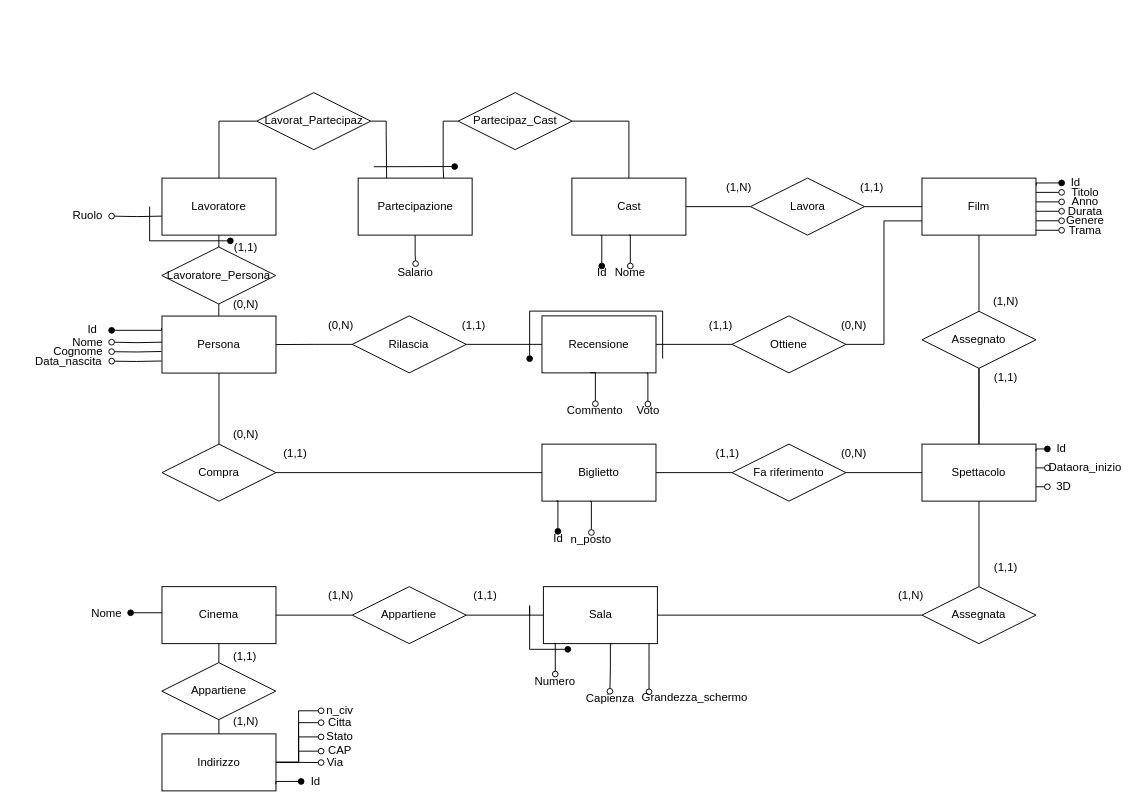
ToldoDM/UDBP keeps this draw.io diagram as SchemaER_Rev.drawio. Above is the earlier version. Source tidied: cells renumbered, new cells numbered last; positions are measured from the earlier drawing's top-left corner, leaving out a move shared by most shapes. Both pictures are drawn from the tidied source at 95%, with x=0, y=0 at pixel (16, 16).
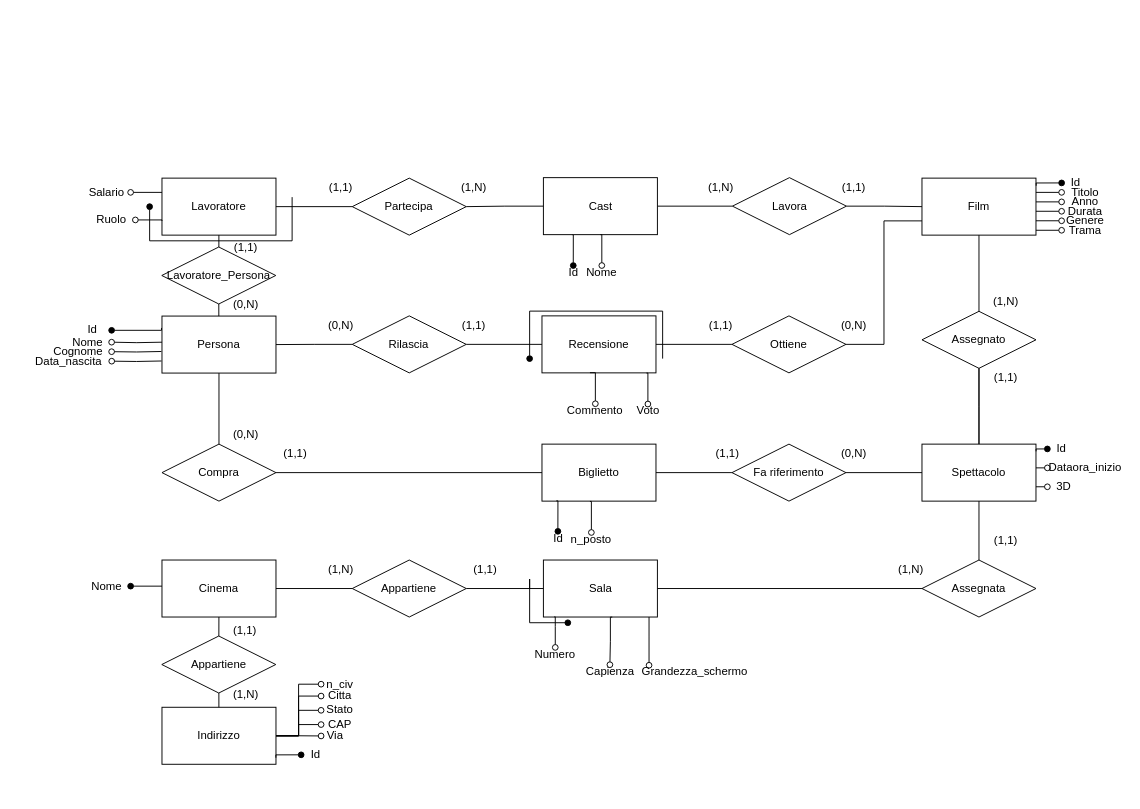
Above is the later version.

Commit message (it also covers changes not shown here):
Aggiornato schema er

The change refers to these unchanged cells:
```xml
<mxCell id="28" value="Lavoratore" style="rounded=0;whiteSpace=wrap;html=1;" parent="1" vertex="1">
  <mxGeometry x="153" y="170" width="120" height="60" as="geometry" />
</mxCell>
```

Change to the diagram source:
```diff
@@
     <mxCell id="16" value="Lavora" style="rhombus;whiteSpace=wrap;html=1;" parent="1" vertex="1">
-      <mxGeometry x="772.5" y="170" width="120" height="60" as="geometry" />
+      <mxGeometry x="753.5" y="169.5" width="120" height="60" as="geometry" />
     </mxCell>
     <mxCell id="17" style="edgeStyle=orthogonalEdgeStyle;rounded=0;jettySize=auto;html=1;exitX=0.25;exitY=1;exitDx=0;exitDy=0;endArrow=oval;endFill=1;entryX=0.5;entryY=0;entryDx=0;entryDy=0;" parent="1" edge="1" source="18" target="35">
       <mxGeometry relative="1" as="geometry">
         <Array as="points">
-          <mxPoint x="615.5" y="230" />
+          <mxPoint x="585.5" y="229.5" />
         </Array>
       </mxGeometry>
     </mxCell>
     <mxCell id="18" value="Cast" style="rounded=0;whiteSpace=wrap;html=1;" parent="1" vertex="1">
-      <mxGeometry x="584.5" y="170" width="120" height="60" as="geometry" />
+      <mxGeometry x="554.5" y="169.5" width="120" height="60" as="geometry" />
     </mxCell>
@@
-    <mxCell id="27" style="edgeStyle=orthogonalEdgeStyle;rounded=0;jettySize=auto;html=1;endArrow=none;endFill=0;exitX=1;exitY=0.5;exitDx=0;exitDy=0;" parent="1" edge="1" source="131" target="18">
-      <mxGeometry relative="1" as="geometry" />
-    </mxCell>
@@
     <mxCell id="29" value="Assegnata" style="rhombus;whiteSpace=wrap;html=1;" parent="1" vertex="1">
-      <mxGeometry x="953" y="600" width="120" height="60" as="geometry" />
+      <mxGeometry x="953" y="572" width="120" height="60" as="geometry" />
     </mxCell>
     <mxCell id="30" value="Sala" style="rounded=0;whiteSpace=wrap;html=1;" parent="1" vertex="1">
-      <mxGeometry x="554.5" y="600" width="120" height="60" as="geometry" />
+      <mxGeometry x="554.5" y="572" width="120" height="60" as="geometry" />
     </mxCell>
@@
     <mxCell id="33" value="Appartiene" style="rhombus;whiteSpace=wrap;html=1;" parent="1" vertex="1">
-      <mxGeometry x="353.3" y="600" width="120" height="60" as="geometry" />
+      <mxGeometry x="353.3" y="572" width="120" height="60" as="geometry" />
     </mxCell>
     <mxCell id="34" value="Cinema" style="rounded=0;whiteSpace=wrap;html=1;" parent="1" vertex="1">
-      <mxGeometry x="153" y="600" width="120" height="60" as="geometry" />
+      <mxGeometry x="153" y="572" width="120" height="60" as="geometry" />
     </mxCell>
     <mxCell id="35" value="Id" style="text;html=1;strokeColor=none;fillColor=none;align=center;verticalAlign=middle;whiteSpace=wrap;rounded=0;" parent="1" vertex="1">
-      <mxGeometry x="600.7" y="262.5" width="30.5" height="15" as="geometry" />
+      <mxGeometry x="570.7" y="262" width="30.5" height="15" as="geometry" />
     </mxCell>
     <mxCell id="36" value="(1,1)" style="text;html=1;align=center;verticalAlign=middle;" parent="1" vertex="1">
-      <mxGeometry x="1020.5" y="569.7" width="40" height="20" as="geometry" />
+      <mxGeometry x="1020.5" y="541.7" width="40" height="20" as="geometry" />
     </mxCell>
     <mxCell id="37" value="(1,N)" style="text;html=1;align=center;verticalAlign=middle;" parent="1" vertex="1">
-      <mxGeometry x="920.5" y="600" width="40" height="20" as="geometry" />
+      <mxGeometry x="920.5" y="572" width="40" height="20" as="geometry" />
     </mxCell>
@@
     <mxCell id="40" value="(1,N)" style="text;html=1;align=center;verticalAlign=middle;" parent="1" vertex="1">
-      <mxGeometry x="740" y="170" width="40" height="20" as="geometry" />
+      <mxGeometry x="720.5" y="169.5" width="40" height="20" as="geometry" />
     </mxCell>
     <mxCell id="41" value="(1,1)" style="text;html=1;align=center;verticalAlign=middle;" parent="1" vertex="1">
-      <mxGeometry x="880" y="170" width="40" height="20" as="geometry" />
+      <mxGeometry x="860.5" y="169.5" width="40" height="20" as="geometry" />
     </mxCell>
@@
     <mxCell id="53" value="(1,1)" style="text;html=1;align=center;verticalAlign=middle;" parent="1" vertex="1">
-      <mxGeometry x="473.3" y="600" width="40" height="20" as="geometry" />
+      <mxGeometry x="473.3" y="572" width="40" height="20" as="geometry" />
     </mxCell>
     <mxCell id="54" value="(1,N)" style="text;html=1;align=center;verticalAlign=middle;" parent="1" vertex="1">
-      <mxGeometry x="320.5" y="600" width="40" height="20" as="geometry" />
+      <mxGeometry x="320.5" y="572" width="40" height="20" as="geometry" />
     </mxCell>
@@
     <mxCell id="64" value="Nome" style="text;html=1;strokeColor=none;fillColor=none;align=center;verticalAlign=middle;whiteSpace=wrap;rounded=0;" parent="1" vertex="1">
-      <mxGeometry x="621" y="262.5" width="50" height="15" as="geometry" />
+      <mxGeometry x="591" y="262" width="50" height="15" as="geometry" />
     </mxCell>
-    <mxCell id="65" style="edgeStyle=orthogonalEdgeStyle;rounded=0;jettySize=auto;html=1;endArrow=oval;endFill=0;" parent="1" edge="1" source="130" target="66">
+    <mxCell id="65" style="edgeStyle=orthogonalEdgeStyle;rounded=0;jettySize=auto;html=1;endArrow=oval;endFill=0;entryX=1;entryY=0.5;entryDx=0;entryDy=0;exitX=0;exitY=0.25;exitDx=0;exitDy=0;" parent="1" edge="1" source="28" target="66">
       <mxGeometry relative="1" as="geometry" />
     </mxCell>
     <mxCell id="66" value="Salario" style="text;html=1;strokeColor=none;fillColor=none;align=center;verticalAlign=middle;whiteSpace=wrap;rounded=0;" parent="1" vertex="1">
-      <mxGeometry x="395" y="260" width="50" height="20" as="geometry" />
+      <mxGeometry x="70" y="175" width="50" height="20" as="geometry" />
     </mxCell>
@@
     <mxCell id="88" style="edgeStyle=orthogonalEdgeStyle;rounded=0;jettySize=auto;html=1;endArrow=oval;endFill=1;entryX=1;entryY=0.5;entryDx=0;entryDy=0;" parent="1" edge="1" source="34" target="89">
       <mxGeometry relative="1" as="geometry">
         <Array as="points">
-          <mxPoint x="120" y="628" />
-          <mxPoint x="120" y="628" />
+          <mxPoint x="120" y="600" />
+          <mxPoint x="120" y="600" />
         </Array>
       </mxGeometry>
     </mxCell>
     <mxCell id="89" value="Nome" style="text;html=1;strokeColor=none;fillColor=none;align=center;verticalAlign=middle;whiteSpace=wrap;rounded=0;" parent="1" vertex="1">
-      <mxGeometry x="70" y="620" width="50" height="15" as="geometry" />
+      <mxGeometry x="70" y="592" width="50" height="15" as="geometry" />
     </mxCell>
     <mxCell id="90" value="Via" style="text;html=1;strokeColor=none;fillColor=none;align=center;verticalAlign=middle;whiteSpace=wrap;rounded=0;" parent="1" vertex="1">
-      <mxGeometry x="320.5" y="777.7" width="29" height="15" as="geometry" />
+      <mxGeometry x="320.5" y="749.7" width="29" height="15" as="geometry" />
     </mxCell>
@@
     <mxCell id="92" value="n_civ" style="text;html=1;strokeColor=none;fillColor=none;align=center;verticalAlign=middle;whiteSpace=wrap;rounded=0;" parent="1" vertex="1">
-      <mxGeometry x="320.5" y="723.2" width="39" height="15" as="geometry" />
+      <mxGeometry x="320.5" y="695.2" width="39" height="15" as="geometry" />
     </mxCell>
@@
     <mxCell id="94" value="Citta" style="text;html=1;strokeColor=none;fillColor=none;align=center;verticalAlign=middle;whiteSpace=wrap;rounded=0;" parent="1" vertex="1">
-      <mxGeometry x="320.5" y="735.7" width="39" height="15" as="geometry" />
+      <mxGeometry x="320.5" y="707.7" width="39" height="15" as="geometry" />
     </mxCell>
@@
     <mxCell id="96" value="Stato" style="text;html=1;strokeColor=none;fillColor=none;align=center;verticalAlign=middle;whiteSpace=wrap;rounded=0;" parent="1" vertex="1">
-      <mxGeometry x="320.5" y="750.7" width="39" height="15" as="geometry" />
+      <mxGeometry x="320.5" y="722.7" width="39" height="15" as="geometry" />
     </mxCell>
@@
     <mxCell id="98" value="CAP" style="text;html=1;strokeColor=none;fillColor=none;align=center;verticalAlign=middle;whiteSpace=wrap;rounded=0;" parent="1" vertex="1">
-      <mxGeometry x="320.5" y="765.7" width="39" height="15" as="geometry" />
+      <mxGeometry x="320.5" y="737.7" width="39" height="15" as="geometry" />
     </mxCell>
@@
     <mxCell id="106" value="Numero" style="text;html=1;strokeColor=none;fillColor=none;align=center;verticalAlign=middle;whiteSpace=wrap;rounded=0;" parent="1" vertex="1">
-      <mxGeometry x="540" y="692" width="54" height="15" as="geometry" />
+      <mxGeometry x="540" y="664" width="54" height="15" as="geometry" />
     </mxCell>
     <mxCell id="107" style="edgeStyle=orthogonalEdgeStyle;rounded=0;jettySize=auto;html=1;exitX=0.5;exitY=1;exitDx=0;exitDy=0;endArrow=oval;endFill=0;entryX=0.5;entryY=0;entryDx=0;entryDy=0;" parent="1" edge="1" target="108">
       <mxGeometry relative="1" as="geometry">
-        <mxPoint x="627" y="660.1" as="sourcePoint" />
+        <mxPoint x="627" y="632.1" as="sourcePoint" />
         <Array as="points">
-          <mxPoint x="625" y="659.5" />
-          <mxPoint x="625" y="685.5" />
+          <mxPoint x="625" y="631.5" />
+          <mxPoint x="625" y="657.5" />
         </Array>
       </mxGeometry>
     </mxCell>
     <mxCell id="108" value="Capienza" style="text;html=1;strokeColor=none;fillColor=none;align=center;verticalAlign=middle;whiteSpace=wrap;rounded=0;" parent="1" vertex="1">
-      <mxGeometry x="599.5" y="710.2" width="50" height="15" as="geometry" />
+      <mxGeometry x="599.5" y="682.2" width="50" height="15" as="geometry" />
     </mxCell>
     <mxCell id="109" style="edgeStyle=orthogonalEdgeStyle;rounded=0;jettySize=auto;html=1;endArrow=oval;endFill=0;entryX=0.129;entryY=0.071;entryDx=0;entryDy=0;entryPerimeter=0;" parent="1" edge="1" source="30" target="110">
       <mxGeometry relative="1" as="geometry">
         <Array as="points">
-          <mxPoint x="666" y="680" />
+          <mxPoint x="666" y="652" />
         </Array>
       </mxGeometry>
     </mxCell>
     <mxCell id="110" value="Grandezza_schermo" style="text;html=1;strokeColor=none;fillColor=none;align=center;verticalAlign=middle;whiteSpace=wrap;rounded=0;" parent="1" vertex="1">
-      <mxGeometry x="649" y="709.7" width="129.5" height="15" as="geometry" />
+      <mxGeometry x="649" y="681.7" width="129.5" height="15" as="geometry" />
     </mxCell>
@@
-    <mxCell id="116" style="edgeStyle=orthogonalEdgeStyle;rounded=0;jettySize=auto;html=1;exitX=0;exitY=0.5;exitDx=0;exitDy=0;endArrow=oval;endFill=0;entryX=1;entryY=0.5;entryDx=0;entryDy=0;" parent="1" edge="1" target="117">
+    <mxCell id="116" style="edgeStyle=orthogonalEdgeStyle;rounded=0;jettySize=auto;html=1;exitX=0;exitY=0.75;exitDx=0;exitDy=0;endArrow=oval;endFill=0;entryX=1;entryY=0.5;entryDx=0;entryDy=0;" parent="1" edge="1" source="28" target="117">
       <mxGeometry relative="1" as="geometry">
-        <mxPoint x="153" y="210" as="sourcePoint" />
+        <Array as="points">
+          <mxPoint x="153" y="214" />
+        </Array>
       </mxGeometry>
     </mxCell>
     <mxCell id="117" value="Ruolo" style="text;html=1;strokeColor=none;fillColor=none;align=center;verticalAlign=middle;whiteSpace=wrap;rounded=0;" parent="1" vertex="1">
-      <mxGeometry x="50" y="205" width="50" height="10" as="geometry" />
+      <mxGeometry x="75" y="205" width="50" height="18" as="geometry" />
     </mxCell>
-    <mxCell id="118" style="edgeStyle=orthogonalEdgeStyle;rounded=0;orthogonalLoop=1;jettySize=auto;html=1;endArrow=oval;endFill=1;" parent="1" edge="1">
-      <mxGeometry relative="1" as="geometry">
-        <mxPoint x="140" y="200" as="sourcePoint" />
-        <mxPoint x="225" y="236" as="targetPoint" />
-        <Array as="points">
-          <mxPoint x="140" y="236" />
-        </Array>
-      </mxGeometry>
-    </mxCell>
@@
     <mxCell id="120" style="edgeStyle=orthogonalEdgeStyle;rounded=0;orthogonalLoop=1;jettySize=auto;html=1;endArrow=oval;endFill=1;" parent="1" edge="1">
       <mxGeometry relative="1" as="geometry">
-        <mxPoint x="540" y="630" as="sourcePoint" />
-        <mxPoint x="580.2" y="666" as="targetPoint" />
+        <mxPoint x="540" y="602" as="sourcePoint" />
+        <mxPoint x="580.2" y="638" as="targetPoint" />
         <Array as="points">
-          <mxPoint x="540" y="620" />
-          <mxPoint x="540" y="666" />
+          <mxPoint x="540" y="592" />
+          <mxPoint x="540" y="638" />
         </Array>
       </mxGeometry>
     </mxCell>
     <mxCell id="121" style="edgeStyle=orthogonalEdgeStyle;rounded=0;jettySize=auto;html=1;exitX=0.5;exitY=1;exitDx=0;exitDy=0;endArrow=oval;endFill=0;" parent="1" edge="1" target="106">
       <mxGeometry relative="1" as="geometry">
-        <mxPoint x="566" y="659.8" as="sourcePoint" />
+        <mxPoint x="566" y="631.8" as="sourcePoint" />
         <Array as="points">
-          <mxPoint x="567" y="670" />
-          <mxPoint x="567" y="670" />
+          <mxPoint x="567" y="642" />
+          <mxPoint x="567" y="642" />
         </Array>
       </mxGeometry>
     </mxCell>
     <mxCell id="122" value="Indirizzo" style="rounded=0;whiteSpace=wrap;html=1;" parent="1" vertex="1">
-      <mxGeometry x="153" y="755" width="120" height="60" as="geometry" />
+      <mxGeometry x="153" y="727" width="120" height="60" as="geometry" />
     </mxCell>
     <mxCell id="123" value="Appartiene" style="rhombus;whiteSpace=wrap;html=1;" parent="1" vertex="1">
-      <mxGeometry x="152.8" y="680" width="120" height="60" as="geometry" />
+      <mxGeometry x="152.8" y="652" width="120" height="60" as="geometry" />
     </mxCell>
@@
     <mxCell id="126" value="(1,1)" style="text;html=1;align=center;verticalAlign=middle;" parent="1" vertex="1">
-      <mxGeometry x="220.3" y="663.5" width="40" height="20" as="geometry" />
+      <mxGeometry x="220.3" y="635.5" width="40" height="20" as="geometry" />
     </mxCell>
     <mxCell id="127" value="(1,N)" style="text;html=1;align=center;verticalAlign=middle;" parent="1" vertex="1">
-      <mxGeometry x="220.5" y="732" width="40" height="20" as="geometry" />
+      <mxGeometry x="220.5" y="704" width="40" height="20" as="geometry" />
     </mxCell>
     <mxCell id="128" style="edgeStyle=orthogonalEdgeStyle;rounded=0;jettySize=auto;html=1;endArrow=oval;endFill=1;exitX=1.002;exitY=0.133;exitDx=0;exitDy=0;exitPerimeter=0;entryX=0;entryY=0.5;entryDx=0;entryDy=0;" parent="1" edge="1" target="129">
       <mxGeometry relative="1" as="geometry">
-        <mxPoint x="272.9" y="808.1" as="sourcePoint" />
+        <mxPoint x="272.9" y="780.1" as="sourcePoint" />
         <Array as="points">
-          <mxPoint x="272.5" y="805" />
+          <mxPoint x="272.5" y="777" />
         </Array>
       </mxGeometry>
     </mxCell>
     <mxCell id="129" value="Id" style="text;html=1;strokeColor=none;fillColor=none;align=center;verticalAlign=middle;whiteSpace=wrap;rounded=0;" parent="1" vertex="1">
-      <mxGeometry x="299.5" y="800" width="30" height="10.1" as="geometry" />
+      <mxGeometry x="299.5" y="772" width="30" height="10.1" as="geometry" />
     </mxCell>
-    <mxCell id="130" value="Partecipazione" style="rounded=0;whiteSpace=wrap;html=1;" parent="1" vertex="1">
-      <mxGeometry x="359.5" y="170" width="120" height="60" as="geometry" />
-    </mxCell>
-    <mxCell id="131" value="Partecipaz_Cast" style="rhombus;whiteSpace=wrap;html=1;" parent="1" vertex="1">
-      <mxGeometry x="464.8" y="80" width="120" height="60" as="geometry" />
-    </mxCell>
-    <mxCell id="132" value="Lavorat_Partecipaz" style="rhombus;whiteSpace=wrap;html=1;" parent="1" vertex="1">
-      <mxGeometry x="252.8" y="80" width="120" height="60" as="geometry" />
+    <mxCell id="132" value="Partecipa" style="rhombus;whiteSpace=wrap;html=1;" parent="1" vertex="1">
+      <mxGeometry x="353.3" y="170" width="120" height="60" as="geometry" />
     </mxCell>
-    <mxCell id="133" style="edgeStyle=orthogonalEdgeStyle;rounded=0;jettySize=auto;html=1;endArrow=none;endFill=0;exitX=0;exitY=0.5;exitDx=0;exitDy=0;entryX=0.75;entryY=0;entryDx=0;entryDy=0;" parent="1" edge="1" source="131" target="130">
-      <mxGeometry relative="1" as="geometry">
-        <Array as="points">
-          <mxPoint x="449" y="110" />
-          <mxPoint x="449" y="160" />
-        </Array>
-      </mxGeometry>
-    </mxCell>
-    <mxCell id="134" style="edgeStyle=orthogonalEdgeStyle;rounded=0;jettySize=auto;html=1;endArrow=none;endFill=0;exitX=1;exitY=0.5;exitDx=0;exitDy=0;entryX=0.25;entryY=0;entryDx=0;entryDy=0;" parent="1" edge="1" source="132" target="130">
-      <mxGeometry relative="1" as="geometry">
-        <Array as="points">
-          <mxPoint x="389" y="110" />
-          <mxPoint x="389" y="120" />
-        </Array>
-      </mxGeometry>
-    </mxCell>
@@
-    <mxCell id="136" style="edgeStyle=orthogonalEdgeStyle;rounded=0;orthogonalLoop=1;jettySize=auto;html=1;endArrow=oval;endFill=1;" parent="1" edge="1">
-      <mxGeometry relative="1" as="geometry">
-        <mxPoint x="376" y="158" as="sourcePoint" />
-        <mxPoint x="461.1" y="157.8" as="targetPoint" />
-        <Array as="points">
-          <mxPoint x="376" y="157.5" />
-        </Array>
-      </mxGeometry>
-    </mxCell>
+    <mxCell id="137" style="edgeStyle=orthogonalEdgeStyle;rounded=0;orthogonalLoop=1;jettySize=auto;html=1;endArrow=oval;endFill=1;" parent="1" edge="1">
+      <mxGeometry relative="1" as="geometry">
+        <mxPoint x="290" y="190" as="sourcePoint" />
+        <mxPoint x="140" y="200" as="targetPoint" />
+        <Array as="points">
+          <mxPoint x="290" y="236" />
+        </Array>
+      </mxGeometry>
+    </mxCell>
+    <mxCell id="138" style="edgeStyle=orthogonalEdgeStyle;rounded=0;jettySize=auto;html=1;endArrow=none;endFill=0;" parent="1" edge="1" source="18" target="132">
+      <mxGeometry relative="1" as="geometry" />
+    </mxCell>
+    <mxCell id="139" value="(1,1)" style="text;html=1;align=center;verticalAlign=middle;" parent="1" vertex="1">
+      <mxGeometry x="320.5" y="169.5" width="40" height="20" as="geometry" />
+    </mxCell>
+    <mxCell id="140" value="(1,N)" style="text;html=1;align=center;verticalAlign=middle;" parent="1" vertex="1">
+      <mxGeometry x="460.5" y="170" width="40" height="20" as="geometry" />
+    </mxCell>
```
